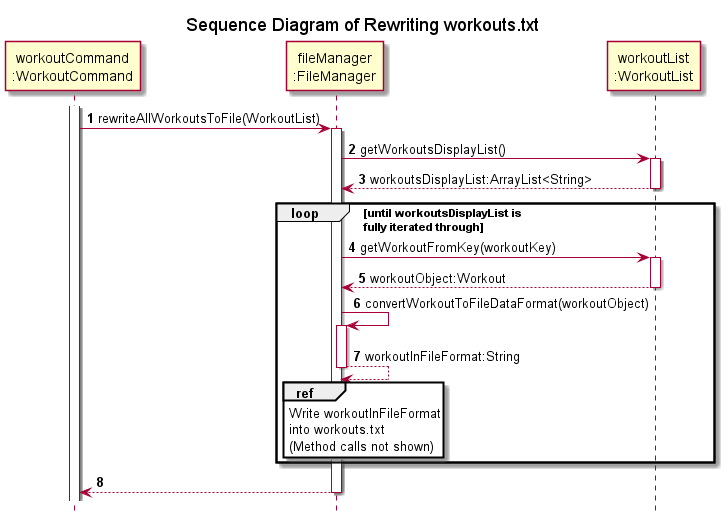
Above: docs/uml/sequenceDiagrams/storage/images/rewriteResourceFile.png in nus-cs2113-AY2122S2/tp (PlantUML), before the change.
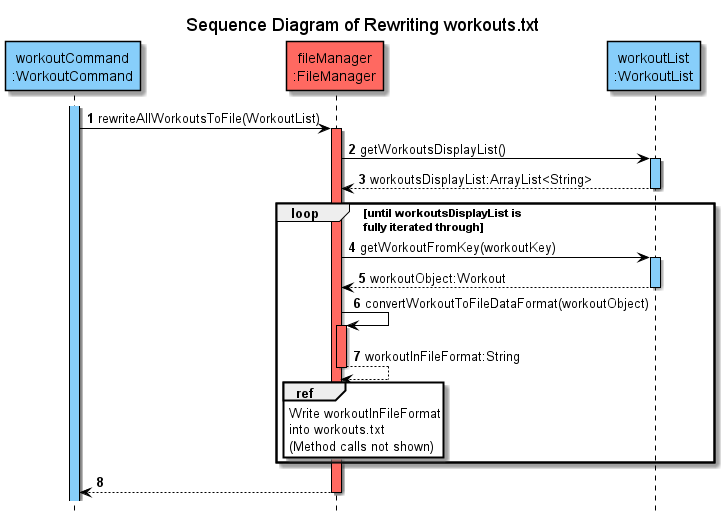
The same file after the commit.

The edit, as a diff of the source:
```diff
@@ -6,23 +6,23 @@
 
 autonumber
 
-participant "workoutCommand\n:WorkoutCommand" as WorkoutCommand
-participant "fileManager\n:FileManager" as FileManager
-participant "workoutList\n:WorkoutList" as WorkoutList
+participant "workoutCommand\n:WorkoutCommand" as WorkoutCommand COLOR_LOGIC
+participant "fileManager\n:FileManager" as FileManager COLOR_STORAGE
+participant "workoutList\n:WorkoutList" as WorkoutList COLOR_LOGIC
 
-activate WorkoutCommand
+activate WorkoutCommand COLOR_LOGIC
 WorkoutCommand -> FileManager : rewriteAllWorkoutsToFile(WorkoutList)
-activate FileManager
+activate FileManager COLOR_STORAGE
 FileManager ->WorkoutList : getWorkoutsDisplayList()
-activate WorkoutList
+activate WorkoutList COLOR_LOGIC
 return workoutsDisplayList:ArrayList<String>
 
 loop until workoutsDisplayList is\nfully iterated through
 FileManager -> WorkoutList : getWorkoutFromKey(workoutKey)
-activate WorkoutList
+activate WorkoutList COLOR_LOGIC
 return workoutObject:Workout
 FileManager -> FileManager : convertWorkoutToFileDataFormat(workoutObject)
-activate FileManager
+activate FileManager COLOR_STORAGE
 return workoutInFileFormat:String
 
 ref over FileManager
```
